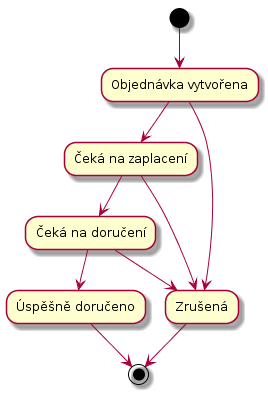
This is docs/diagrams/out/states-order.png from Internet-Handel/postman, a PlantUML export, as it was before one commit. Its diagram source:
```plantuml
@startuml
(*) --> "Objednávka vytvořena" as nova

nova --> "Čeká na zaplacení" as cekaNaZaplaceni
nova --> "Zrušená" as zrusena

cekaNaZaplaceni --> "Čeká na doručení" as cekaNaDoruceni
cekaNaZaplaceni --> zrusena

cekaNaDoruceni --> "Úspěšně doručeno" as uspesneDoruceno
cekaNaDoruceni --> zrusena

uspesneDoruceno --> (*)
zrusena --> (*)
@enduml
```
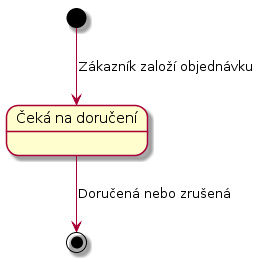
Later version of the same file.

What changed in the source:
```diff
@@ -1,15 +1,6 @@
 @startuml
-(*) --> "Objednávka vytvořena" as nova
+state "Čeká na doručení" as cekaNaDoruceni
 
-nova --> "Čeká na zaplacení" as cekaNaZaplaceni
-nova --> "Zrušená" as zrusena
-
-cekaNaZaplaceni --> "Čeká na doručení" as cekaNaDoruceni
-cekaNaZaplaceni --> zrusena
-
-cekaNaDoruceni --> "Úspěšně doručeno" as uspesneDoruceno
-cekaNaDoruceni --> zrusena
-
-uspesneDoruceno --> (*)
-zrusena --> (*)
+[*] --> cekaNaDoruceni : Zákazník založí objednávku
+cekaNaDoruceni --> [*] : Doručená nebo zrušená
 @enduml
```
